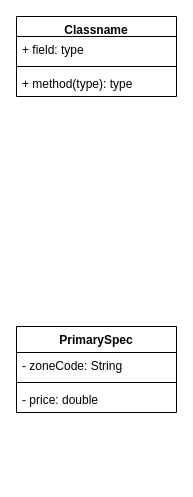
Above: OOP/RealtyDatabase/RealtyDatabase.drawio in wang-owen/ICS4U (draw.io), before the change. Source tidied: cells renumbered, new cells numbered last; positions are measured from the earlier drawing's top-left corner, leaving out a move shared by most shapes. Both pictures are drawn from the tidied source at 100%, with x=0, y=0 at pixel (16, 16).
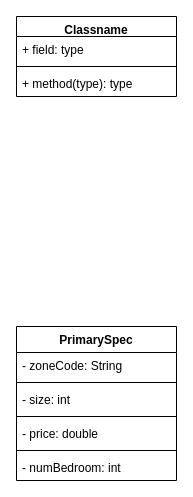
Above is the later version.

Change to the diagram source:
```diff
@@
 <mxGraphModel>
   <root>
     <mxCell id="0" />
     <mxCell id="1" parent="0" />
     <mxCell id="2" value="PrimarySpec" style="swimlane;fontStyle=1;align=center;verticalAlign=top;horizontal=1;startSize=26;" parent="1" vertex="1">
-      <mxGeometry y="310" width="160" height="86" as="geometry" />
+      <mxGeometry y="310" width="160" height="154" as="geometry" />
     </mxCell>
     <mxCell id="3" value="- zoneCode: String" style="text;strokeColor=none;fillColor=none;align=left;verticalAlign=top;spacingLeft=4;spacingRight=4;overflow=hidden;" parent="2" vertex="1">
       <mxGeometry y="26" width="160" height="26" as="geometry" />
     </mxCell>
     <mxCell id="4" style="line;strokeWidth=1;fillColor=none;align=left;verticalAlign=middle;spacingTop=-1;spacingLeft=3;spacingRight=3;labelPosition=right;strokeColor=inherit;" parent="2" vertex="1">
       <mxGeometry y="52" width="160" height="8" as="geometry" />
     </mxCell>
+    <mxCell id="10" value="- size: int" style="text;strokeColor=none;fillColor=none;align=left;verticalAlign=top;spacingLeft=4;spacingRight=4;overflow=hidden;" parent="2" vertex="1">
+      <mxGeometry y="60" width="160" height="26" as="geometry" />
+    </mxCell>
+    <mxCell id="11" style="line;strokeWidth=1;fillColor=none;align=left;verticalAlign=middle;spacingTop=-1;spacingLeft=3;spacingRight=3;labelPosition=right;strokeColor=inherit;" parent="2" vertex="1">
+      <mxGeometry y="86" width="160" height="8" as="geometry" />
+    </mxCell>
     <mxCell id="5" value="- price: double" style="text;strokeColor=none;fillColor=none;align=left;verticalAlign=top;spacingLeft=4;spacingRight=4;overflow=hidden;" parent="2" vertex="1">
-      <mxGeometry y="60" width="160" height="26" as="geometry" />
+      <mxGeometry y="94" width="160" height="26" as="geometry" />
     </mxCell>
+    <mxCell id="12" style="line;strokeWidth=1;fillColor=none;align=left;verticalAlign=middle;spacingTop=-1;spacingLeft=3;spacingRight=3;labelPosition=right;strokeColor=inherit;" parent="2" vertex="1">
+      <mxGeometry y="120" width="160" height="8" as="geometry" />
+    </mxCell>
+    <mxCell id="13" value="- numBedroom: int" style="text;strokeColor=none;fillColor=none;align=left;verticalAlign=top;spacingLeft=4;spacingRight=4;overflow=hidden;" parent="2" vertex="1">
+      <mxGeometry y="128" width="160" height="26" as="geometry" />
+    </mxCell>
     <mxCell id="6" value="Classname" style="swimlane;fontStyle=1;align=center;verticalAlign=top;horizontal=1;startSize=20;" parent="1" vertex="1">
       <mxGeometry width="160" height="80" as="geometry" />
     </mxCell>
     <mxCell id="7" value="+ field: type" style="text;strokeColor=none;fillColor=none;align=left;verticalAlign=top;spacingLeft=4;spacingRight=4;overflow=hidden;" parent="6" vertex="1">
       <mxGeometry y="20" width="160" height="26" as="geometry" />
     </mxCell>
     <mxCell id="8" style="line;strokeWidth=1;fillColor=none;align=left;verticalAlign=middle;spacingTop=-1;spacingLeft=3;spacingRight=3;labelPosition=right;strokeColor=inherit;" parent="6" vertex="1">
       <mxGeometry y="46" width="160" height="8" as="geometry" />
     </mxCell>
     <mxCell id="9" value="+ method(type): type" style="text;strokeColor=none;fillColor=none;align=left;verticalAlign=top;spacingLeft=4;spacingRight=4;overflow=hidden;" parent="6" vertex="1">
       <mxGeometry y="54" width="160" height="26" as="geometry" />
     </mxCell>
   </root>
 </mxGraphModel>
```
